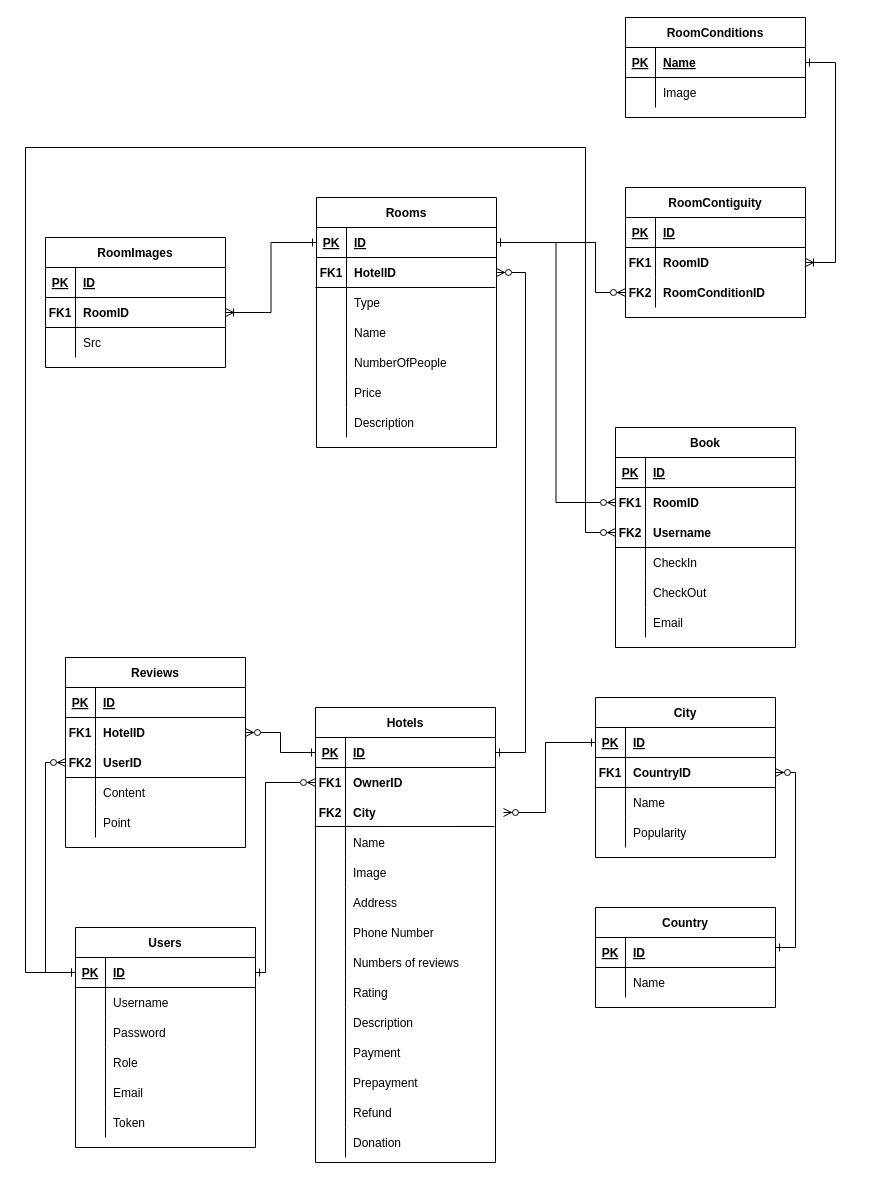
Before: documentation/datalogical_diagram.drawio in semwett0301/booking-java-back, a draw.io diagram. Source tidied: cells renumbered, new cells numbered last; positions are measured from the earlier drawing's top-left corner, leaving out a move shared by most shapes. Both pictures are drawn from the tidied source at 100%, with x=0, y=0 at pixel (25, 17).
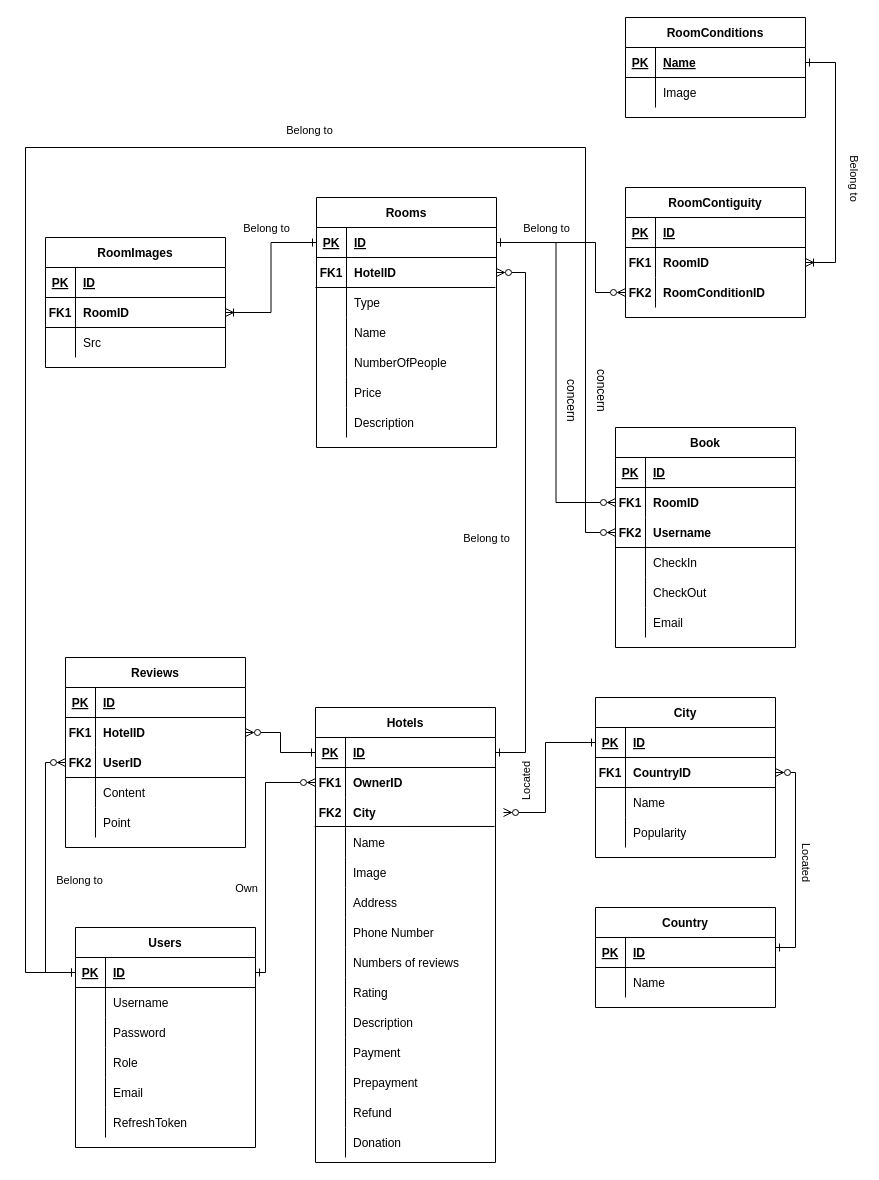
The same diagram, later.

The change refers to these unchanged cells:
```xml
<mxCell id="62" style="shape=tableRow;horizontal=0;startSize=0;swimlaneHead=0;swimlaneBody=0;fillColor=none;top=0;left=0;right=0;bottom=0;" parent="46" vertex="1">
  <mxGeometry y="180" width="180" height="30" as="geometry" />
</mxCell>
<mxCell id="78" style="edgeStyle=orthogonalEdgeStyle;rounded=0;jettySize=auto;html=1;exitX=1;exitY=0.5;exitDx=0;exitDy=0;entryX=0;entryY=0.5;entryDx=0;entryDy=0;endArrow=ERzeroToMany;endFill=0;startArrow=ERone;startFill=0;" parent="1" edge="1" source="47" target="6">
  <mxGeometry relative="1" as="geometry">
    <Array as="points">
      <mxPoint x="240" y="955" />
      <mxPoint x="240" y="765" />
    </Array>
  </mxGeometry>
</mxCell>
<mxCell id="108" style="edgeStyle=orthogonalEdgeStyle;rounded=0;jettySize=auto;html=1;endArrow=ERzeroToMany;endFill=0;startArrow=ERone;startFill=0;" parent="1" edge="1" source="66" target="9">
  <mxGeometry relative="1" as="geometry">
    <Array as="points">
      <mxPoint x="520" y="725" />
      <mxPoint x="520" y="795" />
    </Array>
  </mxGeometry>
</mxCell>
```

What changed in the source:
```diff
@@
-    <mxCell id="64" value="Token" style="shape=partialRectangle;fillColor=none;top=0;left=0;bottom=0;right=0;align=left;spacingLeft=6;overflow=hidden;" parent="62" vertex="1">
+    <mxCell id="64" value="RefreshToken" style="shape=partialRectangle;fillColor=none;top=0;left=0;bottom=0;right=0;align=left;spacingLeft=6;overflow=hidden;" parent="62" vertex="1">
       <mxGeometry x="30" width="150" height="30" as="geometry" />
     </mxCell>
@@
+    <mxCell id="189" value="Own" style="edgeLabel;html=1;align=center;verticalAlign=middle;" parent="78" vertex="1">
+      <mxGeometry x="-0.34" y="1" relative="1" as="geometry">
+        <mxPoint x="-19" y="-13" as="offset" />
+      </mxGeometry>
+    </mxCell>
@@
+    <mxCell id="190" value="Located" style="edgeLabel;html=1;align=center;verticalAlign=middle;rotation=-90;" parent="108" vertex="1">
+      <mxGeometry x="0.21" y="-1" relative="1" as="geometry">
+        <mxPoint x="-19" y="-8" as="offset" />
+      </mxGeometry>
+    </mxCell>
@@
+    <mxCell id="191" value="Located" style="edgeLabel;html=1;align=center;verticalAlign=middle;rotation=90;" parent="1" vertex="1">
+      <mxGeometry x="790" y="840" as="geometry">
+        <mxPoint x="4" y="8" as="offset" />
+      </mxGeometry>
+    </mxCell>
+    <mxCell id="192" value="Belong to" style="edgeLabel;html=1;align=center;verticalAlign=middle;rotation=90;" parent="1" vertex="1">
+      <mxGeometry x="830" y="160" as="geometry" />
+    </mxCell>
+    <mxCell id="193" value="Belong to" style="edgeLabel;html=1;align=center;verticalAlign=middle;rotation=0;" parent="1" vertex="1">
+      <mxGeometry x="520" y="210" as="geometry" />
+    </mxCell>
+    <mxCell id="194" value="Belong to" style="edgeLabel;html=1;align=center;verticalAlign=middle;rotation=0;" parent="1" vertex="1">
+      <mxGeometry x="240" y="210" as="geometry" />
+    </mxCell>
+    <mxCell id="195" value="Belong to" style="edgeLabel;html=1;align=center;verticalAlign=middle;rotation=0;" parent="1" vertex="1">
+      <mxGeometry x="530" y="230" as="geometry">
+        <mxPoint x="-247" y="-118" as="offset" />
+      </mxGeometry>
+    </mxCell>
+    <mxCell id="196" value="Belong to" style="edgeLabel;html=1;align=center;verticalAlign=middle;rotation=0;" parent="1" vertex="1">
+      <mxGeometry x="300" y="980" as="geometry">
+        <mxPoint x="-247" y="-118" as="offset" />
+      </mxGeometry>
+    </mxCell>
+    <mxCell id="197" value="Belong to" style="edgeLabel;html=1;align=center;verticalAlign=middle;rotation=0;" parent="1" vertex="1">
+      <mxGeometry x="460" y="520" as="geometry" />
+    </mxCell>
+    <mxCell id="198" value="concern" style="text;whiteSpace=wrap;html=1;rotation=90;" parent="1" vertex="1">
+      <mxGeometry x="530" y="370" width="80" height="40" as="geometry" />
+    </mxCell>
+    <mxCell id="199" value="concern" style="text;whiteSpace=wrap;html=1;rotation=90;" parent="1" vertex="1">
+      <mxGeometry x="500" y="380" width="80" height="40" as="geometry" />
+    </mxCell>
```
